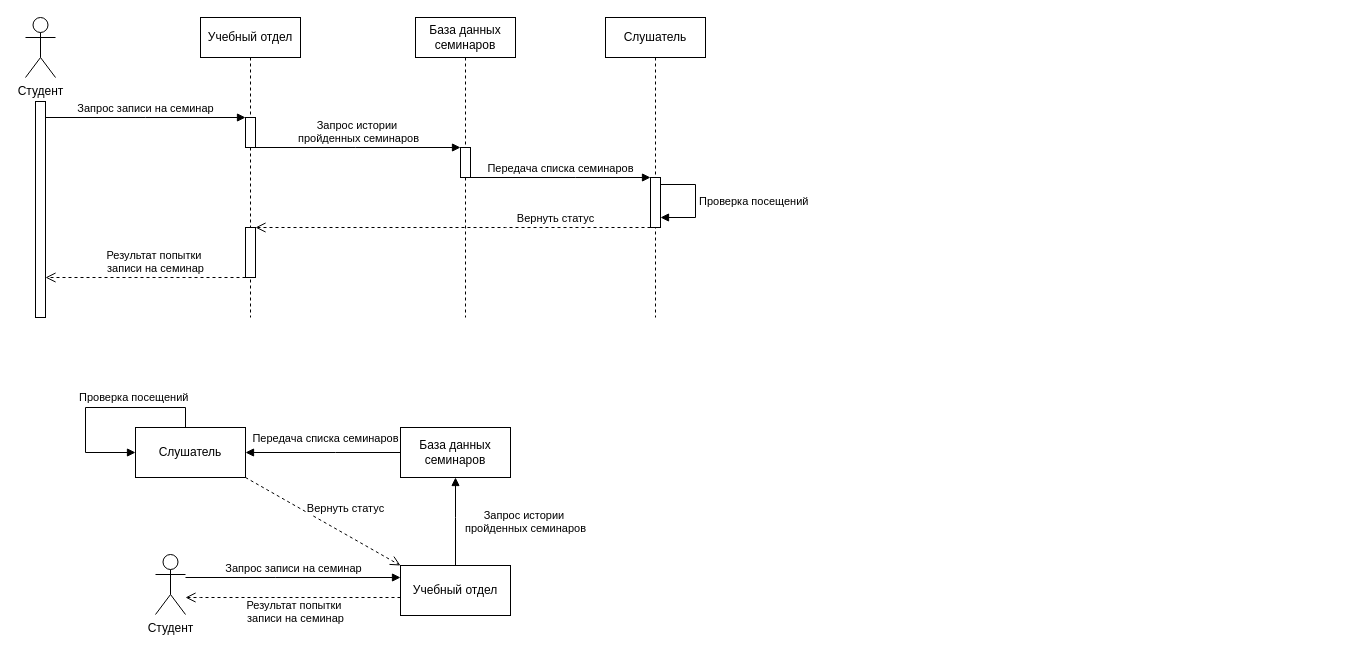
Above: АКМС/4.drawio in Shumila71/homeworks (draw.io), before the change. Source tidied: cells renumbered, new cells numbered last; positions are measured from the earlier drawing's top-left corner, leaving out a move shared by most shapes. Both pictures are drawn from the tidied source at 100%, with x=0, y=0 at pixel (25, 17).
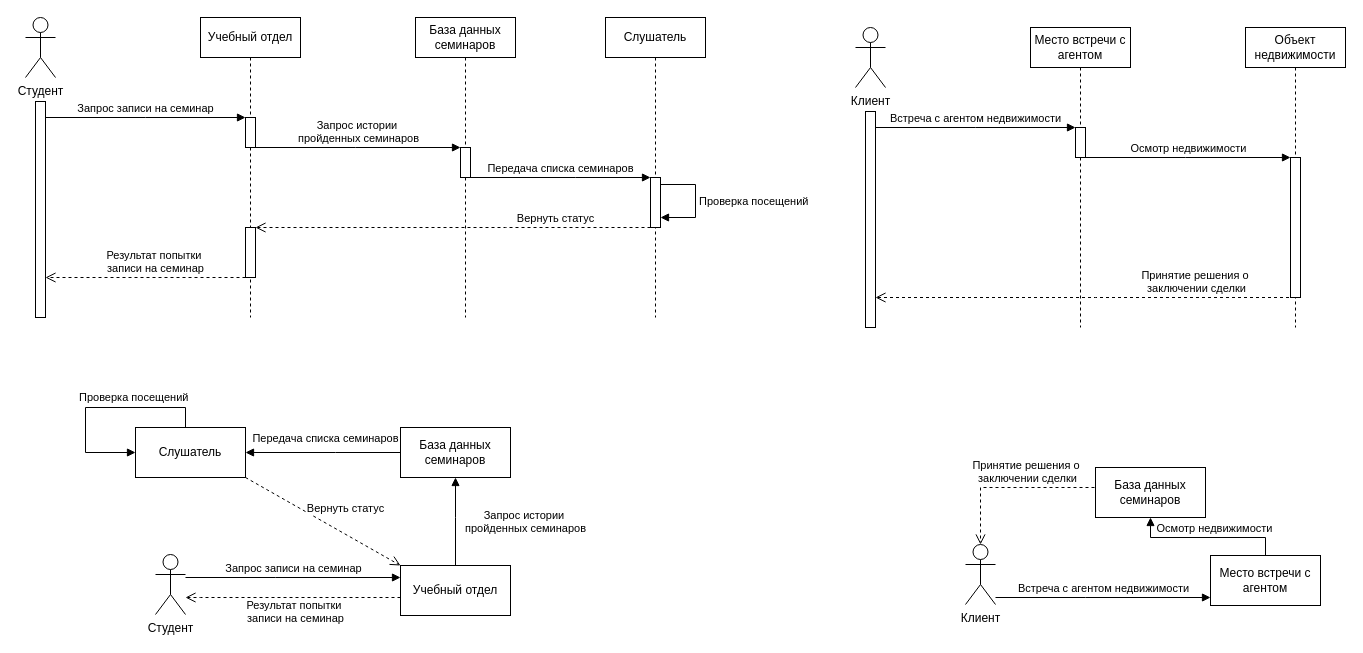
Above is the later version.

Change to the diagram source:
```diff
@@
+    <mxCell id="27" value="Место встречи с агентом" style="shape=umlLifeline;perimeter=lifelinePerimeter;whiteSpace=wrap;html=1;newEdgeStyle={&quot;edgeStyle&quot;:&quot;elbowEdgeStyle&quot;,&quot;elbow&quot;:&quot;vertical&quot;,&quot;curved&quot;:0,&quot;rounded&quot;:0};" parent="1" vertex="1">
+      <mxGeometry x="1005" y="10" width="100" height="300" as="geometry" />
+    </mxCell>
+    <mxCell id="28" style="html=1;points=[];perimeter=orthogonalPerimeter;outlineConnect=0;targetShapes=umlLifeline;portConstraint=eastwest;newEdgeStyle={&quot;edgeStyle&quot;:&quot;elbowEdgeStyle&quot;,&quot;elbow&quot;:&quot;vertical&quot;,&quot;curved&quot;:0,&quot;rounded&quot;:0};" parent="27" vertex="1">
+      <mxGeometry x="45" y="100" width="10" height="30" as="geometry" />
+    </mxCell>
+    <mxCell id="29" value="Встреча с агентом недвижимости" style="html=1;verticalAlign=bottom;endArrow=block;edgeStyle=elbowEdgeStyle;elbow=vertical;curved=0;rounded=0;" parent="1" edge="1" source="30" target="28">
+      <mxGeometry relative="1" as="geometry">
+        <Array as="points">
+          <mxPoint x="950" y="110" />
+          <mxPoint x="965" y="90" />
+        </Array>
+      </mxGeometry>
+    </mxCell>
+    <mxCell id="30" style="html=1;points=[[0,0,0,0,5],[0,1,0,0,-5],[1,0,0,0,5],[1,1,0,0,-5]];perimeter=orthogonalPerimeter;outlineConnect=0;targetShapes=umlLifeline;portConstraint=eastwest;newEdgeStyle={&quot;curved&quot;:0,&quot;rounded&quot;:0};" parent="1" vertex="1">
+      <mxGeometry x="840" y="94" width="10" height="216" as="geometry" />
+    </mxCell>
+    <mxCell id="31" value="Клиент" style="shape=umlActor;verticalLabelPosition=bottom;verticalAlign=top;html=1;" parent="1" vertex="1">
+      <mxGeometry x="830" y="10" width="30" height="60" as="geometry" />
+    </mxCell>
+    <mxCell id="32" value="Объект недвижимости" style="shape=umlLifeline;perimeter=lifelinePerimeter;whiteSpace=wrap;html=1;newEdgeStyle={&quot;edgeStyle&quot;:&quot;elbowEdgeStyle&quot;,&quot;elbow&quot;:&quot;vertical&quot;,&quot;curved&quot;:0,&quot;rounded&quot;:0};" parent="1" vertex="1">
+      <mxGeometry x="1220" y="10" width="100" height="300" as="geometry" />
+    </mxCell>
+    <mxCell id="33" style="html=1;points=[];perimeter=orthogonalPerimeter;outlineConnect=0;targetShapes=umlLifeline;portConstraint=eastwest;newEdgeStyle={&quot;edgeStyle&quot;:&quot;elbowEdgeStyle&quot;,&quot;elbow&quot;:&quot;vertical&quot;,&quot;curved&quot;:0,&quot;rounded&quot;:0};" parent="32" vertex="1">
+      <mxGeometry x="45" y="130" width="10" height="140" as="geometry" />
+    </mxCell>
+    <mxCell id="34" value="Осмотр недвижимости" style="html=1;verticalAlign=bottom;endArrow=block;edgeStyle=elbowEdgeStyle;elbow=vertical;curved=0;rounded=0;" parent="1" edge="1" source="28" target="33">
+      <mxGeometry relative="1" as="geometry">
+        <Array as="points">
+          <mxPoint x="1160" y="140" />
+          <mxPoint x="1175" y="113.5" />
+        </Array>
+      </mxGeometry>
+    </mxCell>
+    <mxCell id="35" value="Принятие решения о&amp;nbsp;&lt;div&gt;заключении сделки&lt;/div&gt;" style="html=1;verticalAlign=bottom;endArrow=open;dashed=1;endSize=8;edgeStyle=elbowEdgeStyle;elbow=vertical;curved=0;rounded=0;" parent="1" edge="1" target="30">
+      <mxGeometry x="-0.53" relative="1" as="geometry">
+        <mxPoint x="1269.5" y="280" as="sourcePoint" />
+        <Array as="points">
+          <mxPoint x="1070" y="280" />
+        </Array>
+      </mxGeometry>
+    </mxCell>
+    <mxCell id="36" value="Клиент" style="shape=umlActor;verticalLabelPosition=bottom;verticalAlign=top;html=1;" parent="1" vertex="1">
+      <mxGeometry x="940" y="527" width="30" height="60" as="geometry" />
+    </mxCell>
+    <mxCell id="37" value="Место встречи с агентом" style="html=1;whiteSpace=wrap;" parent="1" vertex="1">
+      <mxGeometry x="1185" y="538" width="110" height="50" as="geometry" />
+    </mxCell>
+    <mxCell id="38" value="База данных семинаров" style="html=1;whiteSpace=wrap;" parent="1" vertex="1">
+      <mxGeometry x="1070" y="450" width="110" height="50" as="geometry" />
+    </mxCell>
+    <mxCell id="39" value="Встреча с агентом недвижимости" style="html=1;verticalAlign=bottom;endArrow=block;edgeStyle=elbowEdgeStyle;elbow=vertical;curved=0;rounded=0;" parent="1" edge="1">
+      <mxGeometry relative="1" as="geometry">
+        <mxPoint x="970" y="580" as="sourcePoint" />
+        <mxPoint x="1185" y="580" as="targetPoint" />
+        <Array as="points">
+          <mxPoint x="1060" y="580" />
+        </Array>
+      </mxGeometry>
+    </mxCell>
+    <mxCell id="40" value="Осмотр недвижимости" style="html=1;verticalAlign=bottom;endArrow=block;edgeStyle=elbowEdgeStyle;elbow=vertical;curved=0;rounded=0;exitX=0.5;exitY=0;exitDx=0;exitDy=0;entryX=0.5;entryY=1;entryDx=0;entryDy=0;" parent="1" edge="1" source="37" target="38">
+      <mxGeometry x="-0.1" relative="1" as="geometry">
+        <Array as="points">
+          <mxPoint x="1170" y="520" />
+          <mxPoint x="1195" y="83.5" />
+        </Array>
+      </mxGeometry>
+    </mxCell>
+    <mxCell id="41" value="Принятие решения о&amp;nbsp;&lt;div&gt;заключении сделки&lt;/div&gt;" style="html=1;verticalAlign=bottom;endArrow=open;dashed=1;endSize=8;edgeStyle=elbowEdgeStyle;elbow=vertical;curved=0;rounded=0;exitX=0;exitY=0.5;exitDx=0;exitDy=0;entryX=0.5;entryY=0;entryDx=0;entryDy=0;entryPerimeter=0;" parent="1" edge="1" source="38" target="36">
+      <mxGeometry x="-0.17" relative="1" as="geometry">
+        <Array as="points">
+          <mxPoint x="1000" y="470" />
+        </Array>
+      </mxGeometry>
+    </mxCell>
```
